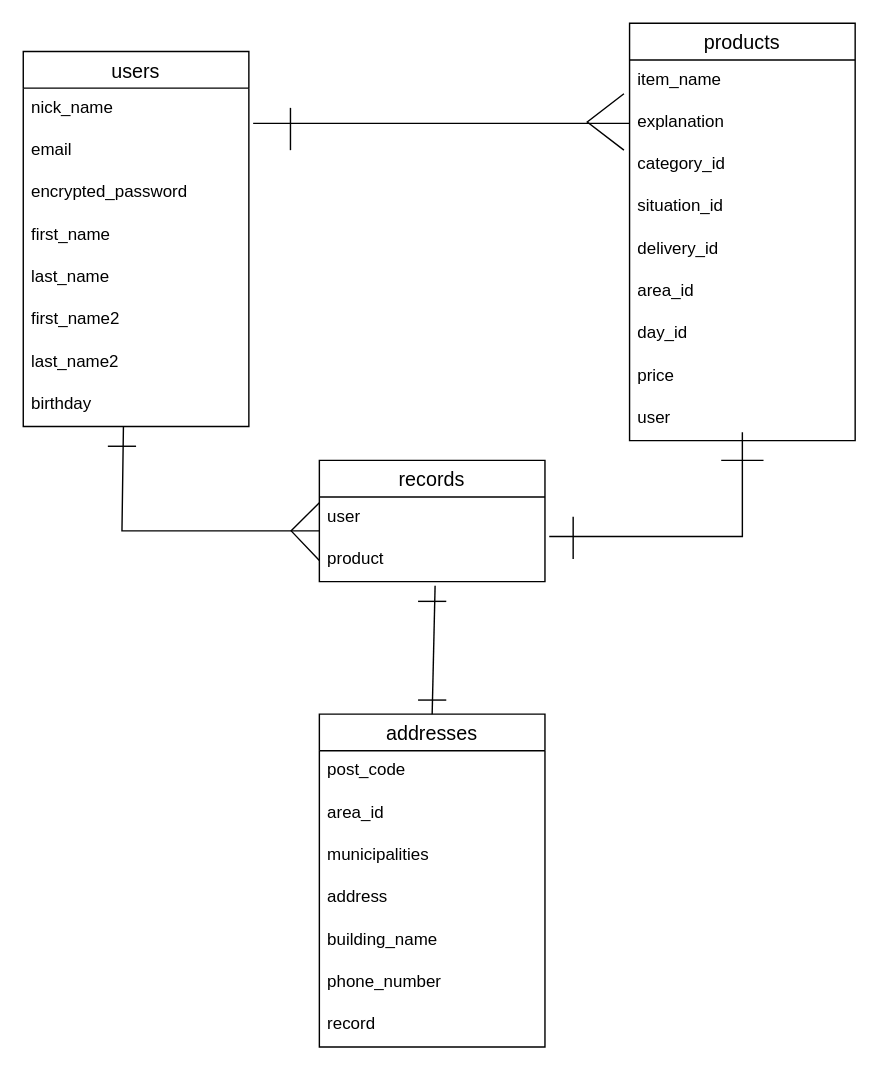
Before: test.dio in nariyakitada/furima-38401, a draw.io diagram. Source tidied: cells renumbered, new cells numbered last; positions are measured from the earlier drawing's top-left corner, leaving out a move shared by most shapes. Both pictures are drawn from the tidied source at 141%, with x=0, y=0 at pixel (23, 23).
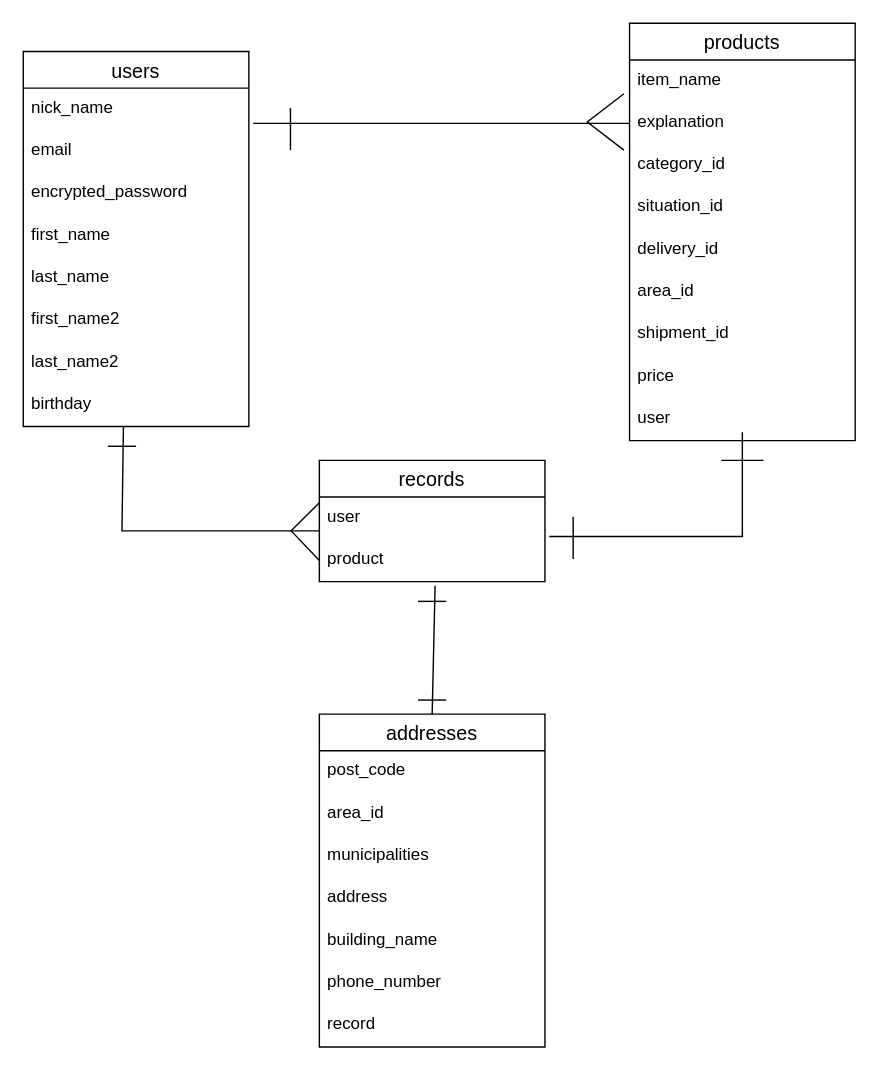
The same page after the edit.

Unchanged cells that the change refers to:
```xml
<mxCell id="11" value="products" style="swimlane;fontStyle=0;horizontal=1;startSize=26;align=center;fontSize=14;" parent="1" vertex="1">
  <mxGeometry x="430" width="160" height="296" as="geometry" />
</mxCell>
```

What changed in the source:
```diff
@@
-    <mxCell id="18" value="day_id " style="text;strokeColor=none;fillColor=none;spacingLeft=4;spacingRight=4;overflow=hidden;fontSize=12;" parent="11" vertex="1">
+    <mxCell id="18" value="shipment_id" style="text;strokeColor=none;fillColor=none;spacingLeft=4;spacingRight=4;overflow=hidden;fontSize=12;" parent="11" vertex="1">
       <mxGeometry y="206" width="160" height="30" as="geometry" />
     </mxCell>
```
